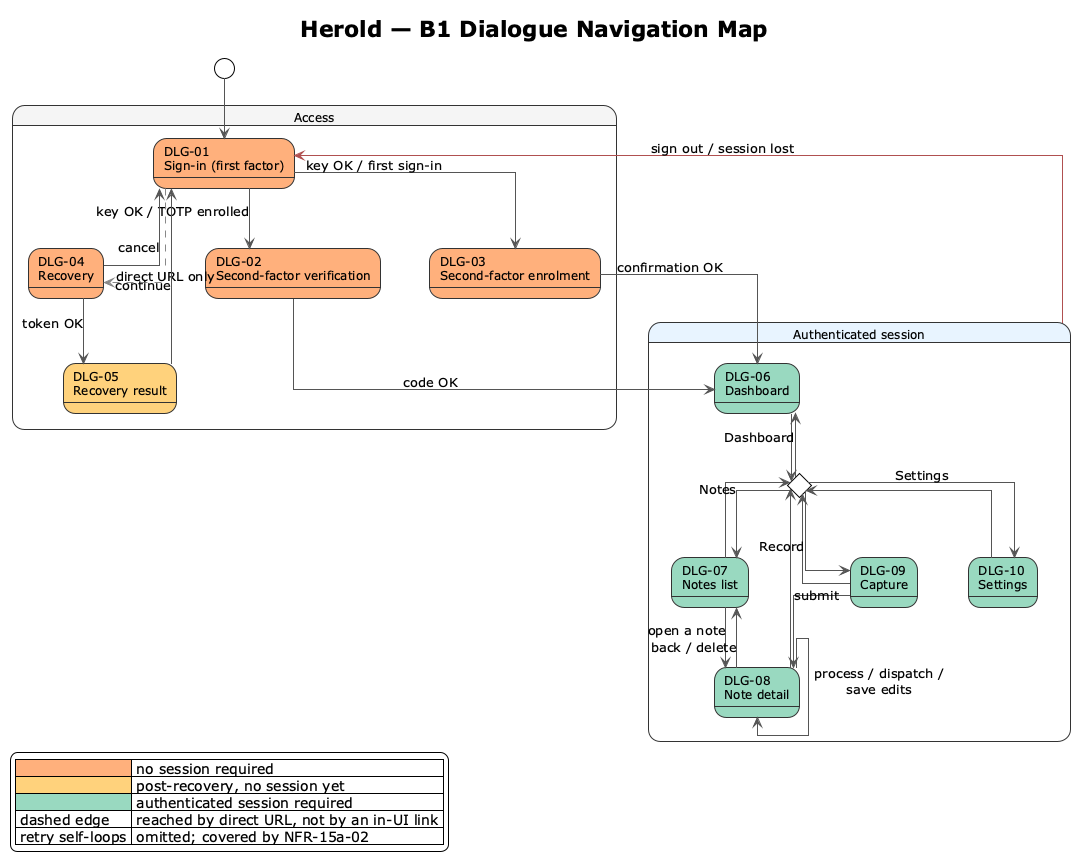
Above: docs/spec/diagrams-png/b1-navigation.png in carstenlucke/herold (PlantUML), before the change. The source it was exported from:
```plantuml
@startuml b1-navigation
!theme plain
skinparam shadowing false
skinparam linetype ortho
skinparam ArrowColor #555555
skinparam StateBorderColor #333333
skinparam StateBackgroundColor #F5F5F5
skinparam StateFontSize 12
skinparam nodesep 50
skinparam ranksep 60

title Herold — B1 Dialogue Navigation Map


[*] --> DLG01

state "Access" as ACCESS {

  state "DLG-01\nSign-in (first factor)"        as DLG01 #FFB07C
  state "DLG-02\nSecond-factor verification"    as DLG02 #FFB07C
  state "DLG-03\nSecond-factor enrolment"       as DLG03 #FFB07C
  state "DLG-04\nRecovery"                      as DLG04 #FFB07C
  state "DLG-05\nRecovery result"               as DLG05 #FFD27C

  DLG01 --> DLG02 : key OK / TOTP enrolled
  DLG01 --> DLG03 : key OK / first sign-in
  DLG01 -[#888,dashed]-> DLG04 : direct URL only

  DLG04 --> DLG05 : token OK
  DLG04 --> DLG01 : cancel
  DLG05 --> DLG01 : continue
}

state "Authenticated session" as AUTH #E8F4FF {

  state "DLG-06\nDashboard"     as DLG06 #99D9C0
  state "DLG-07\nNotes list"    as DLG07 #99D9C0
  state "DLG-08\nNote detail"   as DLG08 #99D9C0
  state "DLG-09\nCapture"       as DLG09 #99D9C0
  state "DLG-10\nSettings"      as DLG10 #99D9C0

  DLG02 --> DLG06 : code OK
  DLG03 --> DLG06 : confirmation OK

  DLG09 --> DLG08 : submit
  DLG07 --> DLG08 : open a note
  DLG08 --> DLG07 : back / delete
  DLG08 --> DLG08 : process / dispatch /\nsave edits

  state "Persistent\nnav chrome" as NAV <<choice>>
  DLG06 --> NAV
  DLG07 --> NAV
  DLG08 --> NAV
  DLG09 --> NAV
  DLG10 --> NAV
  NAV --> DLG06 : Dashboard
  NAV --> DLG09 : Record
  NAV --> DLG07 : Notes
  NAV --> DLG10 : Settings
}

AUTH -[#B05050]-> DLG01 : sign out / session lost

legend left
  | <#FFB07C> | no session required |
  | <#FFD27C> | post-recovery, no session yet |
  | <#99D9C0> | authenticated session required |
  | <#FFFFFF> dashed edge | reached by direct URL, not by an in-UI link |
  | <#FFFFFF> retry self-loops | omitted; covered by NFR-15a-02 |
endlegend

@enduml
```
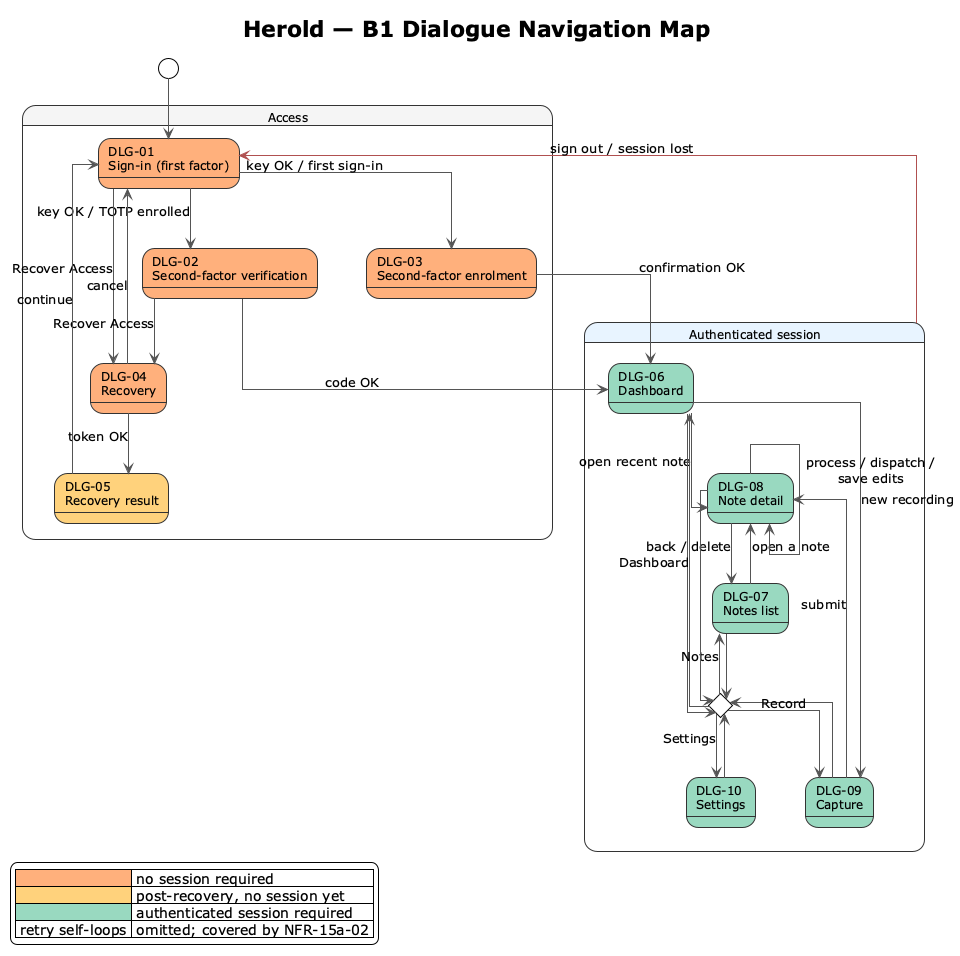
After the change.

Commit message:
docs(spec): restructure B1 summary tables and align navigation map

What changed in the source:
```diff
@@ -24,8 +24,9 @@
 
   DLG01 --> DLG02 : key OK / TOTP enrolled
   DLG01 --> DLG03 : key OK / first sign-in
-  DLG01 -[#888,dashed]-> DLG04 : direct URL only
 
+  DLG01 --> DLG04 : Recover Access
+  DLG02 --> DLG04 : Recover Access
   DLG04 --> DLG05 : token OK
   DLG04 --> DLG01 : cancel
   DLG05 --> DLG01 : continue
@@ -44,6 +45,8 @@
 
   DLG09 --> DLG08 : submit
   DLG07 --> DLG08 : open a note
+  DLG06 --> DLG08 : open recent note
+  DLG06 --> DLG09 : new recording
   DLG08 --> DLG07 : back / delete
   DLG08 --> DLG08 : process / dispatch /\nsave edits
 
@@ -65,7 +68,6 @@
   | <#FFB07C> | no session required |
   | <#FFD27C> | post-recovery, no session yet |
   | <#99D9C0> | authenticated session required |
-  | <#FFFFFF> dashed edge | reached by direct URL, not by an in-UI link |
   | <#FFFFFF> retry self-loops | omitted; covered by NFR-15a-02 |
 endlegend
 
```
